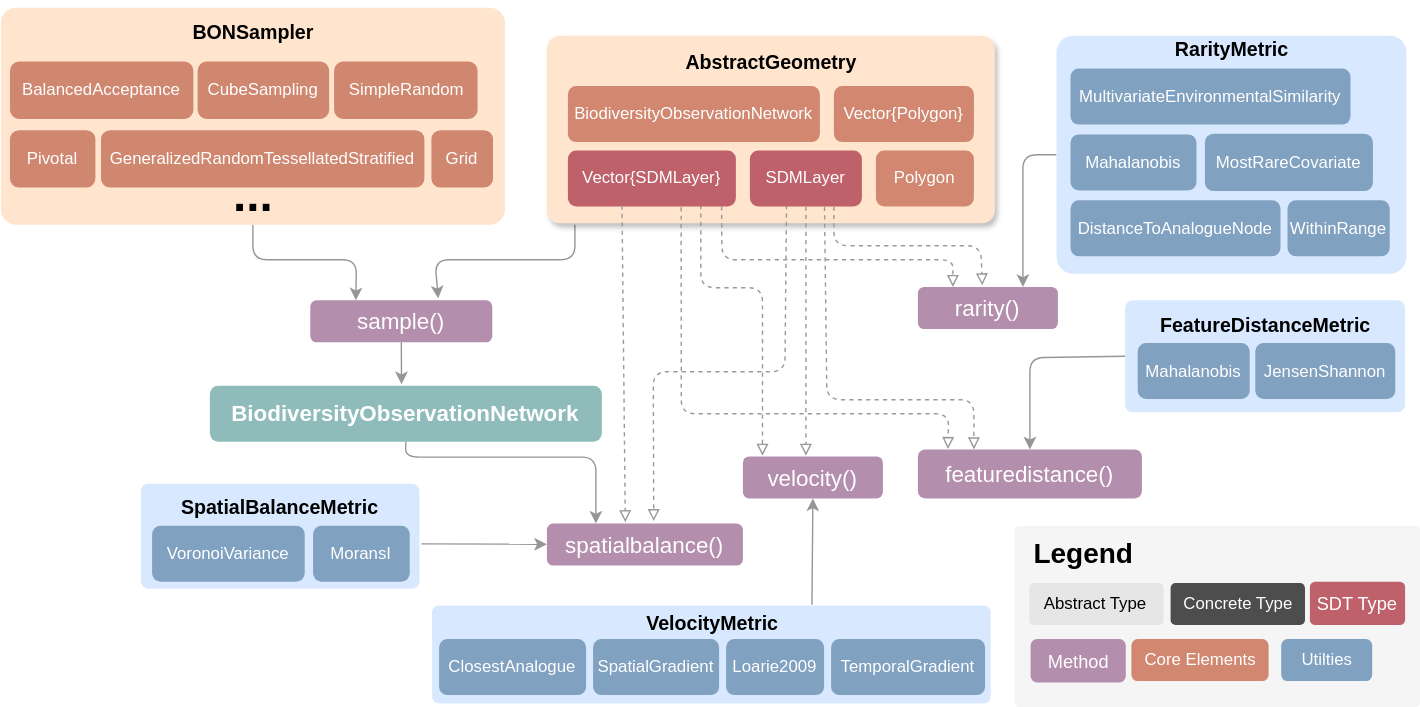
Earlier version of the draw.io export docs/src/assets/structure.drawio.svg (PoisotLab/BiodiversityObservationNetworks.jl). Source tidied: cells renumbered, new cells last; positions are measured from the earlier drawing's top-left corner, leaving out a move shared by most shapes.
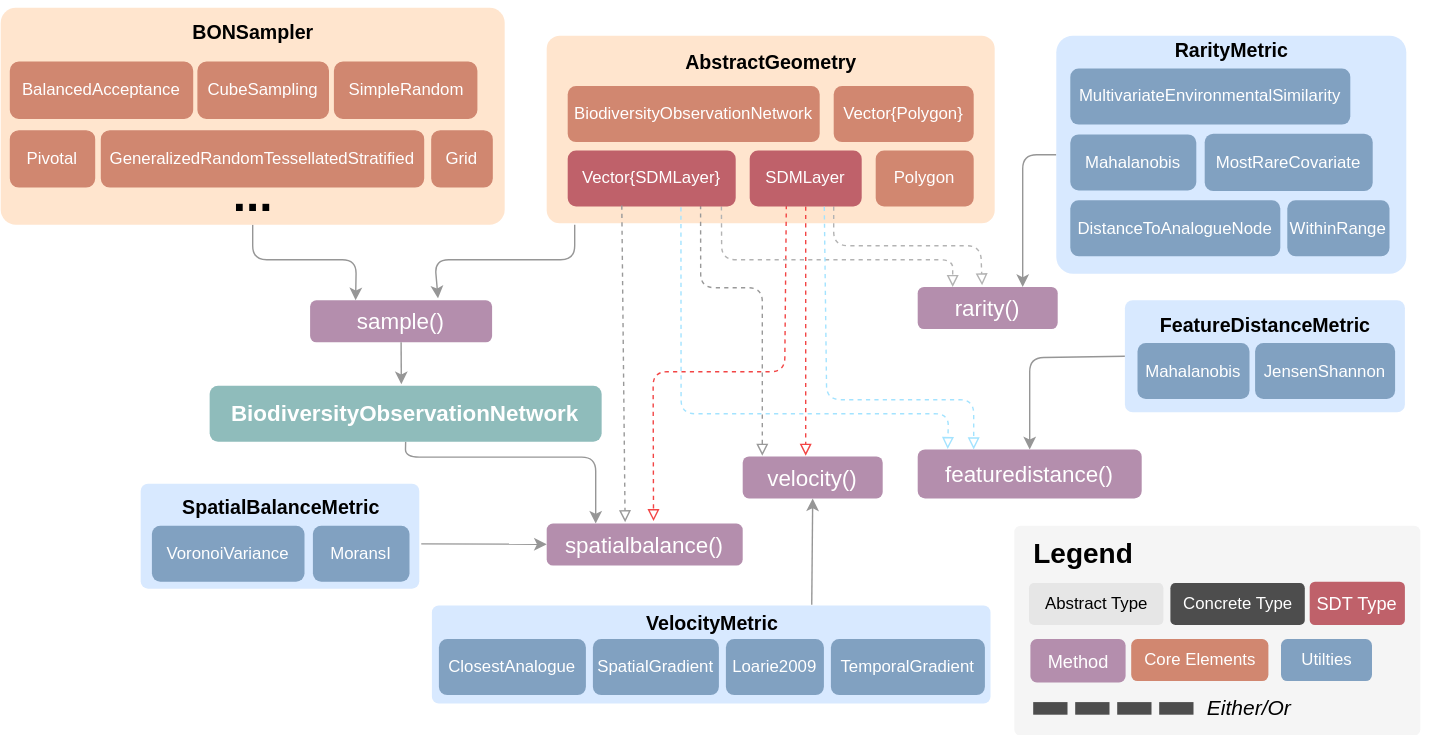
Later version of the same file.

Commit message:
docs: concept update. elliot smith

Diff of the diagram source:
```diff
@@ -38,7 +38,7 @@
         </Array>
       </mxGeometry>
     </mxCell>
-    <mxCell id="9" style="rounded=1;whiteSpace=wrap;html=1;fillColor=light-dark(#ffe5ce, #1F2F1E);strokeColor=none;arcSize=7;shadow=1;" parent="1" vertex="1">
+    <mxCell id="9" style="rounded=1;whiteSpace=wrap;html=1;fillColor=light-dark(#ffe5ce, #1F2F1E);strokeColor=none;arcSize=7;shadow=0;" parent="1" vertex="1">
       <mxGeometry x="390" y="25" width="320" height="134" as="geometry" />
     </mxCell>
     <mxCell id="10" value="&lt;font style=&quot;font-size: 14px;&quot;&gt;AbstractGeometry&lt;/font&gt;" style="text;strokeColor=none;fillColor=none;html=1;fontSize=24;fontStyle=1;verticalAlign=middle;align=center;" parent="1" vertex="1">
@@ -47,12 +47,12 @@
     <mxCell id="11" value="BiodiversityObservationNetwork" style="rounded=1;whiteSpace=wrap;html=1;fillColor=light-dark(#d18770, #718769);strokeColor=none;fontColor=#ffffff;" parent="1" vertex="1">
       <mxGeometry x="405" y="61" width="180" height="40" as="geometry" />
     </mxCell>
-    <mxCell id="12" style="edgeStyle=none;html=1;exitX=0.5;exitY=1;exitDx=0;exitDy=0;dashed=1;strokeWidth=1;endArrow=block;endFill=0;strokeColor=#999999;" parent="1" edge="1" source="15">
+    <mxCell id="12" style="edgeStyle=none;html=1;exitX=0.5;exitY=1;exitDx=0;exitDy=0;dashed=1;strokeWidth=1;endArrow=block;endFill=0;strokeColor=light-dark(#f24545, #6a6a6a);" parent="1" edge="1" source="15">
       <mxGeometry relative="1" as="geometry">
         <mxPoint x="575" y="325" as="targetPoint" />
       </mxGeometry>
     </mxCell>
-    <mxCell id="13" style="edgeStyle=none;html=1;exitX=0.75;exitY=1;exitDx=0;exitDy=0;entryX=0.46;entryY=-0.04;entryDx=0;entryDy=0;endArrow=block;endFill=0;dashed=1;entryPerimeter=0;strokeColor=#999999;" parent="1" edge="1" source="15" target="25">
+    <mxCell id="13" style="edgeStyle=none;html=1;exitX=0.75;exitY=1;exitDx=0;exitDy=0;entryX=0.46;entryY=-0.04;entryDx=0;entryDy=0;endArrow=block;endFill=0;dashed=1;entryPerimeter=0;strokeColor=#B3B3B3;" parent="1" edge="1" source="15" target="25">
       <mxGeometry relative="1" as="geometry">
         <Array as="points">
           <mxPoint x="595" y="175" />
@@ -60,7 +60,7 @@
         </Array>
       </mxGeometry>
     </mxCell>
-    <mxCell id="14" style="edgeStyle=none;html=1;exitX=0.327;exitY=0.973;exitDx=0;exitDy=0;endArrow=block;endFill=0;entryX=0.545;entryY=-0.059;entryDx=0;entryDy=0;dashed=1;exitPerimeter=0;entryPerimeter=0;strokeColor=#999999;" parent="1" edge="1" source="15" target="27">
+    <mxCell id="14" style="edgeStyle=none;html=1;exitX=0.327;exitY=0.973;exitDx=0;exitDy=0;endArrow=block;endFill=0;entryX=0.545;entryY=-0.059;entryDx=0;entryDy=0;dashed=1;exitPerimeter=0;entryPerimeter=0;strokeColor=light-dark(#f24545, #6a6a6a);" parent="1" edge="1" source="15" target="27">
       <mxGeometry relative="1" as="geometry">
         <Array as="points">
           <mxPoint x="560" y="265" />
@@ -74,7 +74,7 @@
     <mxCell id="16" value="Polygon" style="rounded=1;whiteSpace=wrap;html=1;fillColor=light-dark(#d18770, #718769);strokeColor=none;fontColor=#ffffff;" parent="1" vertex="1">
       <mxGeometry x="625" y="107" width="70" height="40" as="geometry" />
     </mxCell>
-    <mxCell id="17" style="edgeStyle=none;html=1;exitX=0.915;exitY=0.998;exitDx=0;exitDy=0;entryX=0.25;entryY=0;entryDx=0;entryDy=0;endArrow=block;endFill=0;dashed=1;exitPerimeter=0;strokeColor=#999999;" parent="1" edge="1" source="19" target="25">
+    <mxCell id="17" style="edgeStyle=none;html=1;exitX=0.915;exitY=0.998;exitDx=0;exitDy=0;entryX=0.25;entryY=0;entryDx=0;entryDy=0;endArrow=block;endFill=0;dashed=1;exitPerimeter=0;strokeColor=#B3B3B3;" parent="1" edge="1" source="19" target="25">
       <mxGeometry relative="1" as="geometry">
         <Array as="points">
           <mxPoint x="515" y="185" />
@@ -217,7 +217,7 @@
       <mxGeometry x="812" y="244.5" width="80" height="40" as="geometry" />
     </mxCell>
     <mxCell id="57" style="rounded=1;whiteSpace=wrap;html=1;fillColor=#f5f5f5;strokeColor=none;arcSize=3;fontColor=#333333;" parent="1" vertex="1">
-      <mxGeometry x="724" y="375" width="290" height="130" as="geometry" />
+      <mxGeometry x="724" y="375" width="290" height="150" as="geometry" />
     </mxCell>
     <mxCell id="58" value="Mahalanobis" style="rounded=1;whiteSpace=wrap;html=1;fillColor=light-dark(#81a1c1, #718769);strokeColor=none;fontColor=#ffffff;" parent="1" vertex="1">
       <mxGeometry x="764" y="95.5" width="90" height="40" as="geometry" />
@@ -230,7 +230,7 @@
         <mxPoint x="446" y="372.5" as="targetPoint" />
       </mxGeometry>
     </mxCell>
-    <mxCell id="61" style="edgeStyle=none;html=1;exitX=0.666;exitY=1.006;exitDx=0;exitDy=0;dashed=1;strokeWidth=1;endArrow=block;endFill=0;exitPerimeter=0;entryX=0.25;entryY=0;entryDx=0;entryDy=0;strokeColor=#999999;" parent="1" edge="1" source="15" target="59">
+    <mxCell id="61" style="edgeStyle=none;html=1;exitX=0.666;exitY=1.006;exitDx=0;exitDy=0;dashed=1;strokeWidth=1;endArrow=block;endFill=0;exitPerimeter=0;entryX=0.25;entryY=0;entryDx=0;entryDy=0;strokeColor=#A3E3FF;" parent="1" edge="1" source="15" target="59">
       <mxGeometry relative="1" as="geometry">
         <Array as="points">
           <mxPoint x="590" y="285" />
@@ -238,7 +238,7 @@
         </Array>
       </mxGeometry>
     </mxCell>
-    <mxCell id="62" style="edgeStyle=none;html=1;exitX=0.674;exitY=1.013;exitDx=0;exitDy=0;entryX=0.134;entryY=-0.008;entryDx=0;entryDy=0;endArrow=block;endFill=0;dashed=1;exitPerimeter=0;entryPerimeter=0;strokeColor=#999999;" parent="1" edge="1" source="19" target="59">
+    <mxCell id="62" style="edgeStyle=none;html=1;exitX=0.674;exitY=1.013;exitDx=0;exitDy=0;entryX=0.134;entryY=-0.008;entryDx=0;entryDy=0;endArrow=block;endFill=0;dashed=1;exitPerimeter=0;entryPerimeter=0;strokeColor=#A3E3FF;" parent="1" edge="1" source="19" target="59">
       <mxGeometry relative="1" as="geometry">
         <Array as="points">
           <mxPoint x="486" y="295" />
@@ -267,5 +267,20 @@
     <mxCell id="69" value="&lt;font&gt;Legend&lt;/font&gt;" style="text;strokeColor=none;fillColor=none;html=1;fontSize=20;fontStyle=1;verticalAlign=middle;align=left;" parent="1" vertex="1">
       <mxGeometry x="735.5" y="384" width="165" height="19.5" as="geometry" />
     </mxCell>
+    <mxCell id="70" style="rounded=0;whiteSpace=wrap;html=1;strokeColor=none;fillColor=#4D4D4D;" parent="1" vertex="1">
+      <mxGeometry x="737.5" y="501" width="24.5" height="9" as="geometry" />
+    </mxCell>
+    <mxCell id="71" style="rounded=0;whiteSpace=wrap;html=1;strokeColor=none;fillColor=#4D4D4D;" parent="1" vertex="1">
+      <mxGeometry x="767.5" y="501" width="24.5" height="9" as="geometry" />
+    </mxCell>
+    <mxCell id="72" style="rounded=0;whiteSpace=wrap;html=1;strokeColor=none;fillColor=#4D4D4D;" parent="1" vertex="1">
+      <mxGeometry x="827.5" y="501" width="24.5" height="9" as="geometry" />
+    </mxCell>
+    <mxCell id="73" style="rounded=0;whiteSpace=wrap;html=1;strokeColor=none;fillColor=#4D4D4D;" parent="1" vertex="1">
+      <mxGeometry x="797.5" y="501" width="24.5" height="9" as="geometry" />
+    </mxCell>
+    <mxCell id="74" value="&lt;font style=&quot;font-weight: normal; font-size: 15px;&quot;&gt;&lt;i&gt;Either/Or&lt;/i&gt;&lt;/font&gt;" style="text;strokeColor=none;fillColor=none;html=1;fontSize=20;fontStyle=1;verticalAlign=middle;align=left;" parent="1" vertex="1">
+      <mxGeometry x="860" y="492.8" width="165" height="19.5" as="geometry" />
+    </mxCell>
   </root>
 </mxGraphModel>
```
